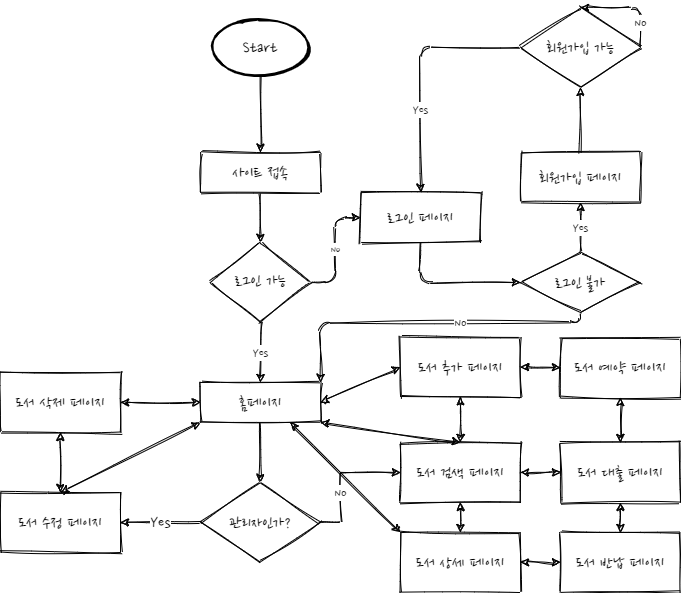
Above: Flowchart.png in SynCROSS/book-manager-backend (draw.io), before the change. Source tidied: cells renumbered, new cells last; positions are measured from the earlier drawing's top-left corner, leaving out a move shared by most shapes.
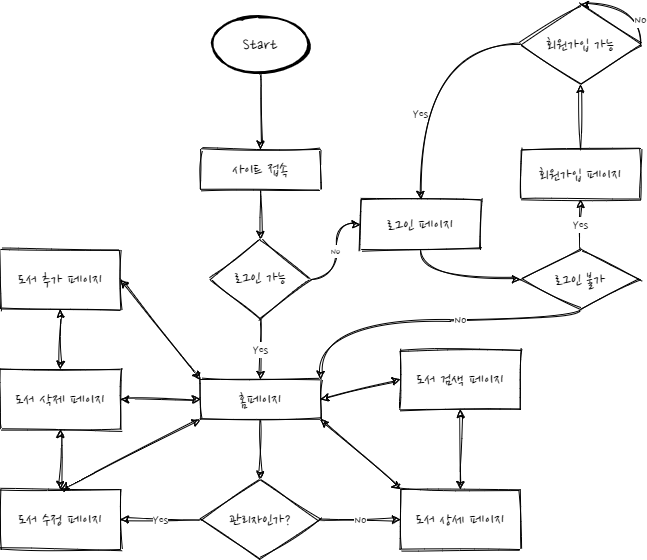
The same file after the commit.

Diff of the diagram source:
```diff
@@ -2,28 +2,28 @@
   <root>
     <mxCell id="0" />
     <mxCell id="1" parent="0" />
-    <mxCell id="2" style="edgeStyle=orthogonalEdgeStyle;jettySize=auto;html=1;fontFamily=Nanum Pen Script;fontSource=https%3A%2F%2Ffonts.googleapis.com%2Fcss%3Ffamily%3DNanum%2BPen%2BScript;sketch=1;" parent="1" edge="1" source="3" target="6">
+    <mxCell id="2" style="edgeStyle=orthogonalEdgeStyle;jettySize=auto;html=1;fontFamily=Nanum Pen Script;fontSource=https%3A%2F%2Ffonts.googleapis.com%2Fcss%3Ffamily%3DNanum%2BPen%2BScript;sketch=1;curved=1;" parent="1" edge="1" source="3" target="6">
       <mxGeometry relative="1" as="geometry" />
     </mxCell>
     <mxCell id="3" value="&lt;font style=&quot;font-size: 18px&quot;&gt;사이트 접속&lt;/font&gt;" style="whiteSpace=wrap;html=1;fontSize=12;glass=0;strokeWidth=1;shadow=0;fontFamily=Nanum Pen Script;fontSource=https%3A%2F%2Ffonts.googleapis.com%2Fcss%3Ffamily%3DNanum%2BPen%2BScript;sketch=1;" parent="1" vertex="1">
       <mxGeometry x="200" y="145" width="120" height="40" as="geometry" />
     </mxCell>
-    <mxCell id="4" value="No" style="edgeStyle=orthogonalEdgeStyle;jettySize=auto;html=1;fontFamily=Nanum Pen Script;fontSource=https%3A%2F%2Ffonts.googleapis.com%2Fcss%3Ffamily%3DNanum%2BPen%2BScript;sketch=1;" parent="1" edge="1" source="6" target="13">
+    <mxCell id="4" value="No" style="edgeStyle=orthogonalEdgeStyle;jettySize=auto;html=1;fontFamily=Nanum Pen Script;fontSource=https%3A%2F%2Ffonts.googleapis.com%2Fcss%3Ffamily%3DNanum%2BPen%2BScript;sketch=1;curved=1;" parent="1" edge="1" source="6" target="13">
       <mxGeometry relative="1" as="geometry" />
     </mxCell>
-    <mxCell id="5" value="Yes" style="edgeStyle=orthogonalEdgeStyle;jettySize=auto;html=1;fontFamily=Nanum Pen Script;fontSource=https%3A%2F%2Ffonts.googleapis.com%2Fcss%3Ffamily%3DNanum%2BPen%2BScript;fontSize=14;entryX=0.5;entryY=0;entryDx=0;entryDy=0;sketch=1;" parent="1" edge="1" source="6" target="8">
+    <mxCell id="5" value="Yes" style="edgeStyle=orthogonalEdgeStyle;jettySize=auto;html=1;fontFamily=Nanum Pen Script;fontSource=https%3A%2F%2Ffonts.googleapis.com%2Fcss%3Ffamily%3DNanum%2BPen%2BScript;fontSize=14;entryX=0.5;entryY=0;entryDx=0;entryDy=0;sketch=1;curved=1;" parent="1" edge="1" source="6" target="8">
       <mxGeometry relative="1" as="geometry" />
     </mxCell>
     <mxCell id="6" value="&lt;font style=&quot;font-size: 18px&quot;&gt;로그인 가능&lt;/font&gt;" style="rhombus;whiteSpace=wrap;html=1;shadow=0;fontFamily=Nanum Pen Script;fontSize=12;align=center;strokeWidth=1;spacing=6;spacingTop=-4;fontSource=https%3A%2F%2Ffonts.googleapis.com%2Fcss%3Ffamily%3DNanum%2BPen%2BScript;sketch=1;" parent="1" vertex="1">
       <mxGeometry x="210" y="235" width="100" height="80" as="geometry" />
     </mxCell>
-    <mxCell id="7" style="edgeStyle=orthogonalEdgeStyle;rounded=0;jettySize=auto;html=1;fontFamily=Nanum Pen Script;fontSize=14;fontSource=https%3A%2F%2Ffonts.googleapis.com%2Fcss%3Ffamily%3DNanum%2BPen%2BScript;sketch=1;" parent="1" edge="1" source="8" target="23">
+    <mxCell id="7" style="edgeStyle=orthogonalEdgeStyle;jettySize=auto;html=1;fontFamily=Nanum Pen Script;fontSize=14;fontSource=https%3A%2F%2Ffonts.googleapis.com%2Fcss%3Ffamily%3DNanum%2BPen%2BScript;sketch=1;curved=1;" parent="1" edge="1" source="8" target="23">
       <mxGeometry relative="1" as="geometry" />
     </mxCell>
     <mxCell id="8" value="&lt;font style=&quot;font-size: 18px&quot;&gt;홈페이지&lt;/font&gt;" style="whiteSpace=wrap;html=1;fontSize=12;glass=0;strokeWidth=1;shadow=0;fontFamily=Nanum Pen Script;fontSource=https%3A%2F%2Ffonts.googleapis.com%2Fcss%3Ffamily%3DNanum%2BPen%2BScript;sketch=1;" parent="1" vertex="1">
       <mxGeometry x="200" y="375" width="120" height="40" as="geometry" />
     </mxCell>
-    <mxCell id="9" value="No" style="edgeStyle=orthogonalEdgeStyle;jettySize=auto;html=1;fontFamily=Nanum Pen Script;fontSource=https%3A%2F%2Ffonts.googleapis.com%2Fcss%3Ffamily%3DNanum%2BPen%2BScript;fontSize=14;sketch=1;" parent="1" edge="1" source="11" target="8">
+    <mxCell id="9" value="No" style="edgeStyle=orthogonalEdgeStyle;jettySize=auto;html=1;fontFamily=Nanum Pen Script;fontSource=https%3A%2F%2Ffonts.googleapis.com%2Fcss%3Ffamily%3DNanum%2BPen%2BScript;fontSize=14;sketch=1;curved=1;" parent="1" edge="1" source="11" target="8">
       <mxGeometry x="-0.21" relative="1" as="geometry">
         <Array as="points">
           <mxPoint x="580" y="315" />
@@ -31,13 +31,13 @@
         </Array>
       </mxGeometry>
     </mxCell>
-    <mxCell id="10" value="Yes" style="edgeStyle=orthogonalEdgeStyle;jettySize=auto;html=1;fontFamily=Nanum Pen Script;fontSource=https%3A%2F%2Ffonts.googleapis.com%2Fcss%3Ffamily%3DNanum%2BPen%2BScript;fontSize=14;sketch=1;" parent="1" edge="1" source="11" target="15">
+    <mxCell id="10" value="Yes" style="edgeStyle=orthogonalEdgeStyle;jettySize=auto;html=1;fontFamily=Nanum Pen Script;fontSource=https%3A%2F%2Ffonts.googleapis.com%2Fcss%3Ffamily%3DNanum%2BPen%2BScript;fontSize=14;sketch=1;curved=1;" parent="1" edge="1" source="11" target="15">
       <mxGeometry relative="1" as="geometry" />
     </mxCell>
     <mxCell id="11" value="로그인 불가" style="strokeWidth=1;html=1;shape=mxgraph.flowchart.decision;whiteSpace=wrap;fontFamily=Nanum Pen Script;fontSource=https%3A%2F%2Ffonts.googleapis.com%2Fcss%3Ffamily%3DNanum%2BPen%2BScript;fontSize=18;sketch=1;" parent="1" vertex="1">
       <mxGeometry x="520" y="245" width="120" height="60" as="geometry" />
     </mxCell>
-    <mxCell id="12" style="edgeStyle=orthogonalEdgeStyle;jettySize=auto;html=1;fontFamily=Nanum Pen Script;fontSource=https%3A%2F%2Ffonts.googleapis.com%2Fcss%3Ffamily%3DNanum%2BPen%2BScript;sketch=1;" parent="1" edge="1" source="13" target="11">
+    <mxCell id="12" style="edgeStyle=orthogonalEdgeStyle;jettySize=auto;html=1;fontFamily=Nanum Pen Script;fontSource=https%3A%2F%2Ffonts.googleapis.com%2Fcss%3Ffamily%3DNanum%2BPen%2BScript;sketch=1;curved=1;" parent="1" edge="1" source="13" target="11">
       <mxGeometry relative="1" as="geometry">
         <Array as="points">
           <mxPoint x="420" y="275" />
@@ -45,111 +45,82 @@
       </mxGeometry>
     </mxCell>
     <mxCell id="13" value="&lt;font style=&quot;font-size: 18px&quot;&gt;로그인 페이지&lt;/font&gt;" style="whiteSpace=wrap;html=1;absoluteArcSize=1;arcSize=14;strokeWidth=1;fontFamily=Nanum Pen Script;fontSource=https%3A%2F%2Ffonts.googleapis.com%2Fcss%3Ffamily%3DNanum%2BPen%2BScript;sketch=1;" parent="1" vertex="1">
-      <mxGeometry x="360" y="185" width="120" height="50" as="geometry" />
+      <mxGeometry x="360" y="195" width="120" height="50" as="geometry" />
     </mxCell>
-    <mxCell id="14" style="edgeStyle=orthogonalEdgeStyle;jettySize=auto;html=1;fontFamily=Nanum Pen Script;fontSource=https%3A%2F%2Ffonts.googleapis.com%2Fcss%3Ffamily%3DNanum%2BPen%2BScript;sketch=1;" parent="1" edge="1" source="15" target="17">
+    <mxCell id="14" style="edgeStyle=orthogonalEdgeStyle;jettySize=auto;html=1;fontFamily=Nanum Pen Script;fontSource=https%3A%2F%2Ffonts.googleapis.com%2Fcss%3Ffamily%3DNanum%2BPen%2BScript;sketch=1;curved=1;" parent="1" edge="1" source="15" target="17">
       <mxGeometry relative="1" as="geometry" />
     </mxCell>
     <mxCell id="15" value="&lt;font style=&quot;font-size: 18px&quot;&gt;회원가입 페이지&lt;/font&gt;" style="whiteSpace=wrap;html=1;absoluteArcSize=1;arcSize=14;strokeWidth=1;fontFamily=Nanum Pen Script;spacing=2;fontSource=https%3A%2F%2Ffonts.googleapis.com%2Fcss%3Ffamily%3DNanum%2BPen%2BScript;sketch=1;" parent="1" vertex="1">
       <mxGeometry x="520" y="145" width="120" height="50" as="geometry" />
     </mxCell>
-    <mxCell id="16" value="Yes" style="edgeStyle=orthogonalEdgeStyle;jettySize=auto;html=1;entryX=0.5;entryY=0;entryDx=0;entryDy=0;fontFamily=Nanum Pen Script;fontSource=https%3A%2F%2Ffonts.googleapis.com%2Fcss%3Ffamily%3DNanum%2BPen%2BScript;fontSize=14;sketch=1;" parent="1" edge="1" source="17" target="13">
+    <mxCell id="16" value="Yes" style="edgeStyle=orthogonalEdgeStyle;jettySize=auto;html=1;entryX=0.5;entryY=0;entryDx=0;entryDy=0;fontFamily=Nanum Pen Script;fontSource=https%3A%2F%2Ffonts.googleapis.com%2Fcss%3Ffamily%3DNanum%2BPen%2BScript;fontSize=14;sketch=1;curved=1;" parent="1" edge="1" source="17" target="13">
       <mxGeometry x="0.32" relative="1" as="geometry" />
     </mxCell>
     <mxCell id="17" value="&lt;font style=&quot;font-size: 18px&quot;&gt;회원가입 가능&lt;/font&gt;" style="rhombus;whiteSpace=wrap;html=1;fontFamily=Nanum Pen Script;strokeWidth=1;spacing=2;arcSize=14;fontSource=https%3A%2F%2Ffonts.googleapis.com%2Fcss%3Ffamily%3DNanum%2BPen%2BScript;sketch=1;" parent="1" vertex="1">
       <mxGeometry x="520" width="120" height="80" as="geometry" />
     </mxCell>
-    <mxCell id="18" value="No" style="endArrow=classic;html=1;fontFamily=Nanum Pen Script;entryX=0.5;entryY=0;entryDx=0;entryDy=0;exitX=1;exitY=0.5;exitDx=0;exitDy=0;fontSource=https%3A%2F%2Ffonts.googleapis.com%2Fcss%3Ffamily%3DNanum%2BPen%2BScript;fontSize=14;sketch=1;" parent="1" edge="1" source="17" target="17">
+    <mxCell id="18" value="No" style="endArrow=classic;html=1;fontFamily=Nanum Pen Script;entryX=0.5;entryY=0;entryDx=0;entryDy=0;exitX=1;exitY=0.5;exitDx=0;exitDy=0;fontSource=https%3A%2F%2Ffonts.googleapis.com%2Fcss%3Ffamily%3DNanum%2BPen%2BScript;fontSize=14;sketch=1;curved=1;" parent="1" edge="1" source="17" target="17">
       <mxGeometry x="-0.5" relative="1" as="geometry">
         <Array as="points">
           <mxPoint x="640" />
         </Array>
       </mxGeometry>
     </mxCell>
-    <mxCell id="19" style="edgeStyle=orthogonalEdgeStyle;rounded=0;jettySize=auto;html=1;fontFamily=Nanum Pen Script;fontSize=14;fontSource=https%3A%2F%2Ffonts.googleapis.com%2Fcss%3Ffamily%3DNanum%2BPen%2BScript;sketch=1;" parent="1" edge="1" source="20" target="3">
+    <mxCell id="19" style="edgeStyle=orthogonalEdgeStyle;jettySize=auto;html=1;fontFamily=Nanum Pen Script;fontSize=14;fontSource=https%3A%2F%2Ffonts.googleapis.com%2Fcss%3Ffamily%3DNanum%2BPen%2BScript;sketch=1;curved=1;" parent="1" edge="1" source="20" target="3">
       <mxGeometry relative="1" as="geometry" />
     </mxCell>
     <mxCell id="20" value="Start" style="strokeWidth=2;html=1;shape=mxgraph.flowchart.start_2;whiteSpace=wrap;gradientColor=none;fontFamily=Nanum Pen Script;fontSize=18;fontSource=https%3A%2F%2Ffonts.googleapis.com%2Fcss%3Ffamily%3DNanum%2BPen%2BScript;sketch=1;" parent="1" vertex="1">
       <mxGeometry x="210" y="12.5" width="100" height="55" as="geometry" />
     </mxCell>
+    <mxCell id="22" value="Yes" style="edgeStyle=orthogonalEdgeStyle;jettySize=auto;html=1;fontFamily=Nanum Pen Script;fontSource=https%3A%2F%2Ffonts.googleapis.com%2Fcss%3Ffamily%3DNanum%2BPen%2BScript;fontSize=14;sketch=1;curved=1;" parent="1" edge="1" source="23" target="26">
+      <mxGeometry relative="1" as="geometry" />
+    </mxCell>
-    <mxCell id="21" value="No" style="edgeStyle=orthogonalEdgeStyle;rounded=0;jettySize=auto;html=1;fontFamily=Nanum Pen Script;fontSize=14;fontSource=https%3A%2F%2Ffonts.googleapis.com%2Fcss%3Ffamily%3DNanum%2BPen%2BScript;sketch=1;" parent="1" edge="1" source="23" target="24">
-      <mxGeometry x="-0.23" relative="1" as="geometry">
-        <Array as="points">
-          <mxPoint x="340" y="515" />
-          <mxPoint x="340" y="465" />
-        </Array>
-      </mxGeometry>
+    <mxCell id="21" value="No" style="edgeStyle=orthogonalEdgeStyle;jettySize=auto;html=1;sketch=1;curved=1;fontFamily=Nanum Pen Script;fontSource=https%3A%2F%2Ffonts.googleapis.com%2Fcss%3Ffamily%3DNanum%2BPen%2BScript;fontSize=14;" parent="1" edge="1" source="23" target="34">
+      <mxGeometry relative="1" as="geometry" />
     </mxCell>
-    <mxCell id="22" value="Yes" style="edgeStyle=orthogonalEdgeStyle;rounded=0;jettySize=auto;html=1;fontFamily=Nanum Pen Script;fontSource=https%3A%2F%2Ffonts.googleapis.com%2Fcss%3Ffamily%3DNanum%2BPen%2BScript;fontSize=18;sketch=1;" parent="1" edge="1" source="23" target="26">
-      <mxGeometry relative="1" as="geometry" />
-    </mxCell>
     <mxCell id="23" value="&lt;font style=&quot;font-size: 18px&quot;&gt;관리자인가?&lt;/font&gt;" style="rhombus;whiteSpace=wrap;html=1;shadow=0;fontFamily=Nanum Pen Script;fontSource=https%3A%2F%2Ffonts.googleapis.com%2Fcss%3Ffamily%3DNanum%2BPen%2BScript;strokeWidth=1;glass=0;sketch=1;" parent="1" vertex="1">
       <mxGeometry x="200" y="475" width="120" height="80" as="geometry" />
     </mxCell>
     <mxCell id="24" value="도서 검색 페이지" style="whiteSpace=wrap;html=1;shadow=0;fontFamily=Nanum Pen Script;fontSource=https%3A%2F%2Ffonts.googleapis.com%2Fcss%3Ffamily%3DNanum%2BPen%2BScript;strokeWidth=1;glass=0;fontSize=18;sketch=1;" parent="1" vertex="1">
-      <mxGeometry x="400" y="435" width="120" height="60" as="geometry" />
+      <mxGeometry x="400" y="345" width="120" height="60" as="geometry" />
     </mxCell>
-    <mxCell id="25" style="endArrow=classic;startArrow=classic;html=1;fontFamily=Nanum Pen Script;fontSource=https%3A%2F%2Ffonts.googleapis.com%2Fcss%3Ffamily%3DNanum%2BPen%2BScript;fontSize=14;entryX=0.5;entryY=0;entryDx=0;entryDy=0;exitX=1;exitY=1;exitDx=0;exitDy=0;sketch=1;" parent="1" edge="1" source="8" target="24">
+    <mxCell id="25" style="endArrow=classic;startArrow=classic;html=1;fontFamily=Nanum Pen Script;fontSource=https%3A%2F%2Ffonts.googleapis.com%2Fcss%3Ffamily%3DNanum%2BPen%2BScript;fontSize=14;entryX=0;entryY=0.5;entryDx=0;entryDy=0;exitX=1;exitY=0.5;exitDx=0;exitDy=0;sketch=1;curved=1;" parent="1" edge="1" source="8" target="24">
       <mxGeometry relative="1" as="geometry" />
     </mxCell>
     <mxCell id="26" value="도서 수정 페이지" style="whiteSpace=wrap;html=1;shadow=0;fontFamily=Nanum Pen Script;fontSource=https%3A%2F%2Ffonts.googleapis.com%2Fcss%3Ffamily%3DNanum%2BPen%2BScript;strokeWidth=1;glass=0;fontSize=18;sketch=1;" parent="1" vertex="1">
       <mxGeometry y="485" width="120" height="60" as="geometry" />
     </mxCell>
-    <mxCell id="27" style="endArrow=classic;startArrow=classic;html=1;fontFamily=Nanum Pen Script;fontSource=https%3A%2F%2Ffonts.googleapis.com%2Fcss%3Ffamily%3DNanum%2BPen%2BScript;fontSize=18;entryX=0.5;entryY=0;entryDx=0;entryDy=0;exitX=0.5;exitY=1;exitDx=0;exitDy=0;sketch=1;" parent="1" edge="1" source="28" target="24">
+    <mxCell id="27" style="endArrow=classic;startArrow=classic;html=1;fontFamily=Nanum Pen Script;fontSource=https%3A%2F%2Ffonts.googleapis.com%2Fcss%3Ffamily%3DNanum%2BPen%2BScript;fontSize=18;entryX=0.5;entryY=0;entryDx=0;entryDy=0;exitX=0.5;exitY=1;exitDx=0;exitDy=0;sketch=1;curved=1;" parent="1" edge="1" source="28" target="31">
       <mxGeometry relative="1" as="geometry" />
     </mxCell>
-    <mxCell id="28" value="도서 추가 페이지" style="rounded=0;whiteSpace=wrap;html=1;strokeWidth=1;gradientColor=none;fontFamily=Nanum Pen Script;fontSource=https%3A%2F%2Ffonts.googleapis.com%2Fcss%3Ffamily%3DNanum%2BPen%2BScript;fontSize=18;sketch=1;" parent="1" vertex="1">
-      <mxGeometry x="400" y="329.5" width="120" height="60" as="geometry" />
+    <mxCell id="28" value="도서 추가 페이지" style="whiteSpace=wrap;html=1;strokeWidth=1;gradientColor=none;fontFamily=Nanum Pen Script;fontSource=https%3A%2F%2Ffonts.googleapis.com%2Fcss%3Ffamily%3DNanum%2BPen%2BScript;fontSize=18;sketch=1;" parent="1" vertex="1">
+      <mxGeometry y="245" width="120" height="60" as="geometry" />
     </mxCell>
-    <mxCell id="29" style="endArrow=classic;startArrow=classic;html=1;fontFamily=Nanum Pen Script;fontSource=https%3A%2F%2Ffonts.googleapis.com%2Fcss%3Ffamily%3DNanum%2BPen%2BScript;fontSize=18;entryX=0;entryY=1;entryDx=0;entryDy=0;exitX=0.5;exitY=0;exitDx=0;exitDy=0;sketch=1;" parent="1" edge="1" source="26" target="8">
+    <mxCell id="29" style="endArrow=classic;startArrow=classic;html=1;fontFamily=Nanum Pen Script;fontSource=https%3A%2F%2Ffonts.googleapis.com%2Fcss%3Ffamily%3DNanum%2BPen%2BScript;fontSize=18;entryX=0;entryY=1;entryDx=0;entryDy=0;exitX=0.5;exitY=0;exitDx=0;exitDy=0;sketch=1;curved=1;" parent="1" edge="1" source="26" target="8">
       <mxGeometry relative="1" as="geometry" />
     </mxCell>
-    <mxCell id="30" style="endArrow=classic;startArrow=classic;html=1;fontFamily=Nanum Pen Script;fontSource=https%3A%2F%2Ffonts.googleapis.com%2Fcss%3Ffamily%3DNanum%2BPen%2BScript;fontSize=18;entryX=0.5;entryY=0;entryDx=0;entryDy=0;sketch=1;" parent="1" edge="1" target="26">
+    <mxCell id="30" style="endArrow=classic;startArrow=classic;html=1;fontFamily=Nanum Pen Script;fontSource=https%3A%2F%2Ffonts.googleapis.com%2Fcss%3Ffamily%3DNanum%2BPen%2BScript;fontSize=18;entryX=0.5;entryY=0;entryDx=0;entryDy=0;sketch=1;curved=1;" parent="1" edge="1" target="26">
       <mxGeometry relative="1" as="geometry">
         <mxPoint x="60" y="425" as="sourcePoint" />
       </mxGeometry>
     </mxCell>
-    <mxCell id="31" value="도서 삭제 페이지" style="rounded=0;whiteSpace=wrap;html=1;strokeWidth=1;gradientColor=none;fontFamily=Nanum Pen Script;fontSource=https%3A%2F%2Ffonts.googleapis.com%2Fcss%3Ffamily%3DNanum%2BPen%2BScript;fontSize=18;sketch=1;" parent="1" vertex="1">
+    <mxCell id="31" value="도서 삭제 페이지" style="whiteSpace=wrap;html=1;strokeWidth=1;gradientColor=none;fontFamily=Nanum Pen Script;fontSource=https%3A%2F%2Ffonts.googleapis.com%2Fcss%3Ffamily%3DNanum%2BPen%2BScript;fontSize=18;sketch=1;" parent="1" vertex="1">
       <mxGeometry y="365" width="120" height="60" as="geometry" />
     </mxCell>
-    <mxCell id="32" style="endArrow=classic;startArrow=classic;html=1;fontFamily=Nanum Pen Script;fontSource=https%3A%2F%2Ffonts.googleapis.com%2Fcss%3Ffamily%3DNanum%2BPen%2BScript;fontSize=18;entryX=0;entryY=0.5;entryDx=0;entryDy=0;exitX=1;exitY=0.5;exitDx=0;exitDy=0;sketch=1;" parent="1" edge="1" source="31" target="8">
+    <mxCell id="32" style="endArrow=classic;startArrow=classic;html=1;fontFamily=Nanum Pen Script;fontSource=https%3A%2F%2Ffonts.googleapis.com%2Fcss%3Ffamily%3DNanum%2BPen%2BScript;fontSize=18;entryX=0;entryY=0.5;entryDx=0;entryDy=0;exitX=1;exitY=0.5;exitDx=0;exitDy=0;sketch=1;curved=1;" parent="1" edge="1" source="31" target="8">
       <mxGeometry relative="1" as="geometry" />
     </mxCell>
-    <mxCell id="33" style="endArrow=classic;startArrow=classic;html=1;fontFamily=Nanum Pen Script;fontSource=https%3A%2F%2Ffonts.googleapis.com%2Fcss%3Ffamily%3DNanum%2BPen%2BScript;fontSize=18;entryX=0;entryY=0.5;entryDx=0;entryDy=0;exitX=1;exitY=0.5;exitDx=0;exitDy=0;sketch=1;" parent="1" edge="1" source="8" target="28">
+    <mxCell id="33" style="endArrow=classic;startArrow=classic;html=1;fontFamily=Nanum Pen Script;fontSource=https%3A%2F%2Ffonts.googleapis.com%2Fcss%3Ffamily%3DNanum%2BPen%2BScript;fontSize=18;entryX=1;entryY=0.5;entryDx=0;entryDy=0;exitX=0;exitY=0;exitDx=0;exitDy=0;sketch=1;curved=1;" parent="1" edge="1" source="8" target="28">
       <mxGeometry relative="1" as="geometry" />
     </mxCell>
-    <mxCell id="34" value="도서 상세 페이지" style="rounded=0;whiteSpace=wrap;html=1;strokeWidth=1;gradientColor=none;fontFamily=Nanum Pen Script;fontSource=https%3A%2F%2Ffonts.googleapis.com%2Fcss%3Ffamily%3DNanum%2BPen%2BScript;fontSize=18;sketch=1;" parent="1" vertex="1">
-      <mxGeometry x="400" y="525" width="120" height="60" as="geometry" />
+    <mxCell id="34" value="도서 상세 페이지" style="whiteSpace=wrap;html=1;strokeWidth=1;gradientColor=none;fontFamily=Nanum Pen Script;fontSource=https%3A%2F%2Ffonts.googleapis.com%2Fcss%3Ffamily%3DNanum%2BPen%2BScript;fontSize=18;sketch=1;" parent="1" vertex="1">
+      <mxGeometry x="400" y="485" width="120" height="60" as="geometry" />
     </mxCell>
-    <mxCell id="35" style="endArrow=classic;startArrow=classic;html=1;fontFamily=Nanum Pen Script;fontSource=https%3A%2F%2Ffonts.googleapis.com%2Fcss%3Ffamily%3DNanum%2BPen%2BScript;fontSize=18;exitX=0;exitY=0;exitDx=0;exitDy=0;entryX=0.75;entryY=1;entryDx=0;entryDy=0;sketch=1;" parent="1" edge="1" source="34" target="8">
+    <mxCell id="35" style="endArrow=classic;startArrow=classic;html=1;fontFamily=Nanum Pen Script;fontSource=https%3A%2F%2Ffonts.googleapis.com%2Fcss%3Ffamily%3DNanum%2BPen%2BScript;fontSize=18;exitX=0;exitY=0;exitDx=0;exitDy=0;entryX=1;entryY=1;entryDx=0;entryDy=0;sketch=1;curved=1;" parent="1" edge="1" source="34" target="8">
       <mxGeometry relative="1" as="geometry" />
     </mxCell>
-    <mxCell id="36" style="endArrow=classic;startArrow=classic;html=1;fontFamily=Nanum Pen Script;fontSource=https%3A%2F%2Ffonts.googleapis.com%2Fcss%3Ffamily%3DNanum%2BPen%2BScript;fontSize=18;entryX=0.5;entryY=1;entryDx=0;entryDy=0;exitX=0.5;exitY=0;exitDx=0;exitDy=0;sketch=1;" parent="1" edge="1" source="34" target="24">
+    <mxCell id="36" style="endArrow=classic;startArrow=classic;html=1;fontFamily=Nanum Pen Script;fontSource=https%3A%2F%2Ffonts.googleapis.com%2Fcss%3Ffamily%3DNanum%2BPen%2BScript;fontSize=18;entryX=0.5;entryY=1;entryDx=0;entryDy=0;exitX=0.5;exitY=0;exitDx=0;exitDy=0;sketch=1;curved=1;" parent="1" edge="1" source="34" target="24">
       <mxGeometry relative="1" as="geometry" />
     </mxCell>
-    <mxCell id="37" value="도서 예약 페이지" style="rounded=0;whiteSpace=wrap;html=1;fontFamily=Nanum Pen Script;fontSource=https%3A%2F%2Ffonts.googleapis.com%2Fcss%3Ffamily%3DNanum%2BPen%2BScript;fontSize=18;sketch=1;" parent="1" vertex="1">
-      <mxGeometry x="560" y="330" width="120" height="60" as="geometry" />
-    </mxCell>
-    <mxCell id="38" value="도서 대출 페이지" style="rounded=0;whiteSpace=wrap;html=1;fontFamily=Nanum Pen Script;fontSource=https%3A%2F%2Ffonts.googleapis.com%2Fcss%3Ffamily%3DNanum%2BPen%2BScript;fontSize=18;sketch=1;" parent="1" vertex="1">
-      <mxGeometry x="560" y="435" width="120" height="60" as="geometry" />
-    </mxCell>
-    <mxCell id="39" style="endArrow=classic;startArrow=classic;html=1;entryX=0;entryY=0.5;entryDx=0;entryDy=0;exitX=1;exitY=0.5;exitDx=0;exitDy=0;fontFamily=Nanum Pen Script;fontSource=https%3A%2F%2Ffonts.googleapis.com%2Fcss%3Ffamily%3DNanum%2BPen%2BScript;sketch=1;" parent="1" edge="1" source="28" target="37">
-      <mxGeometry relative="1" as="geometry" />
-    </mxCell>
-    <mxCell id="40" style="endArrow=classic;startArrow=classic;html=1;entryX=0.5;entryY=1;entryDx=0;entryDy=0;exitX=0.5;exitY=0;exitDx=0;exitDy=0;fontFamily=Nanum Pen Script;fontSource=https%3A%2F%2Ffonts.googleapis.com%2Fcss%3Ffamily%3DNanum%2BPen%2BScript;sketch=1;" parent="1" edge="1" source="38" target="37">
-      <mxGeometry relative="1" as="geometry" />
-    </mxCell>
-    <mxCell id="41" style="endArrow=classic;startArrow=classic;html=1;entryX=0;entryY=0.5;entryDx=0;entryDy=0;exitX=1;exitY=0.5;exitDx=0;exitDy=0;fontFamily=Nanum Pen Script;fontSource=https%3A%2F%2Ffonts.googleapis.com%2Fcss%3Ffamily%3DNanum%2BPen%2BScript;sketch=1;" parent="1" edge="1" source="24" target="38">
-      <mxGeometry relative="1" as="geometry" />
-    </mxCell>
-    <mxCell id="42" value="도서 반납 페이지" style="rounded=0;whiteSpace=wrap;html=1;fontFamily=Nanum Pen Script;fontSource=https%3A%2F%2Ffonts.googleapis.com%2Fcss%3Ffamily%3DNanum%2BPen%2BScript;fontSize=18;sketch=1;" parent="1" vertex="1">
-      <mxGeometry x="560" y="525" width="120" height="60" as="geometry" />
-    </mxCell>
-    <mxCell id="43" style="endArrow=classic;startArrow=classic;html=1;entryX=0.5;entryY=1;entryDx=0;entryDy=0;exitX=0.5;exitY=0;exitDx=0;exitDy=0;fontFamily=Nanum Pen Script;fontSource=https%3A%2F%2Ffonts.googleapis.com%2Fcss%3Ffamily%3DNanum%2BPen%2BScript;sketch=1;" parent="1" edge="1" source="42" target="38">
-      <mxGeometry relative="1" as="geometry" />
-    </mxCell>
-    <mxCell id="44" style="endArrow=classic;startArrow=classic;html=1;entryX=0;entryY=0.5;entryDx=0;entryDy=0;exitX=1;exitY=0.5;exitDx=0;exitDy=0;fontFamily=Nanum Pen Script;fontSource=https%3A%2F%2Ffonts.googleapis.com%2Fcss%3Ffamily%3DNanum%2BPen%2BScript;sketch=1;" parent="1" edge="1" source="34" target="42">
-      <mxGeometry relative="1" as="geometry" />
-    </mxCell>
   </root>
 </mxGraphModel>
```
